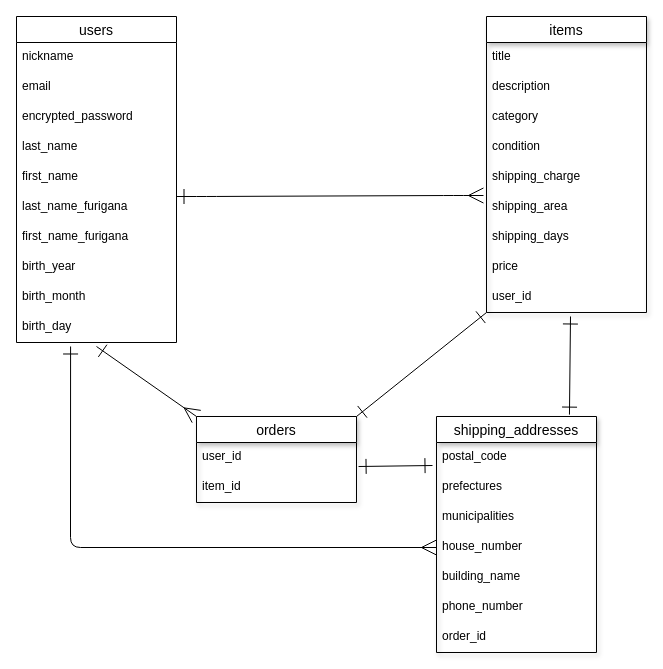
The draw.io diagram furima.dio in yuu2771/furima-39627, before the edit. Source tidied: cells renumbered, new cells numbered last; positions are measured from the earlier drawing's top-left corner, leaving out a move shared by most shapes. Both pictures are drawn from the tidied source at 100%, with x=0, y=0 at pixel (16, 16).
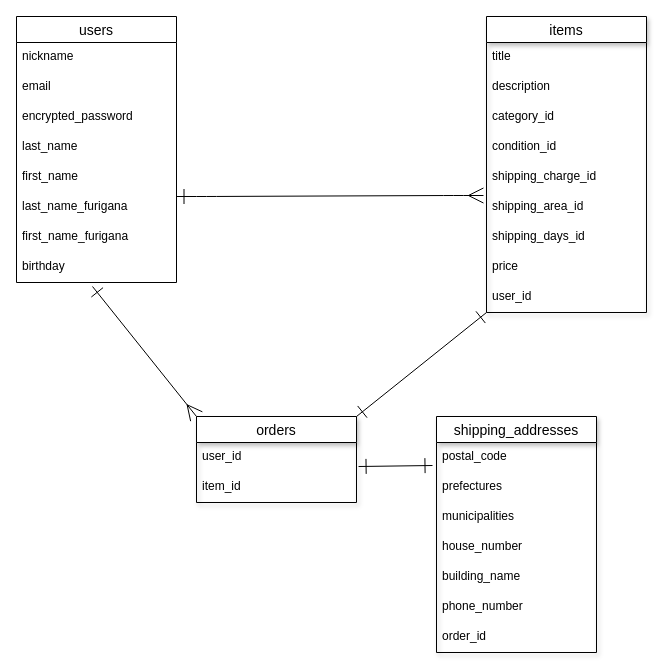
Above is the later version.

The change refers to these unchanged cells:
```xml
<mxCell id="13" value="items" style="swimlane;fontStyle=0;horizontal=1;startSize=26;align=center;fontSize=14;shadow=1;" parent="1" vertex="1">
  <mxGeometry x="470" width="160" height="296" as="geometry" />
</mxCell>
<mxCell id="22" value="user_id" style="text;strokeColor=none;fillColor=none;spacingLeft=4;spacingRight=4;overflow=hidden;points=[[0,0.5],[1,0.5]];portConstraint=eastwest;fontSize=12;shadow=1;" parent="13" vertex="1">
  <mxGeometry y="266" width="160" height="30" as="geometry" />
</mxCell>
<mxCell id="23" value="orders" style="swimlane;fontStyle=0;horizontal=1;startSize=26;align=center;fontSize=14;shadow=1;" parent="1" vertex="1">
  <mxGeometry x="180" y="400" width="160" height="86" as="geometry" />
</mxCell>
<mxCell id="26" value="shipping_addresses" style="swimlane;fontStyle=0;horizontal=1;startSize=26;align=center;fontSize=14;shadow=1;" parent="1" vertex="1">
  <mxGeometry x="420" y="400" width="160" height="236" as="geometry" />
</mxCell>
<mxCell id="30" value="house_number" style="text;strokeColor=none;fillColor=none;spacingLeft=4;spacingRight=4;overflow=hidden;points=[[0,0.5],[1,0.5]];portConstraint=eastwest;fontSize=12;shadow=1;" parent="26" vertex="1">
  <mxGeometry y="116" width="160" height="30" as="geometry" />
</mxCell>
```

What changed in the source:
```diff
@@
     <mxCell id="2" value="users" style="swimlane;fontStyle=0;horizontal=1;startSize=26;align=center;fontSize=14;" parent="1" vertex="1">
-      <mxGeometry width="160" height="326" as="geometry" />
+      <mxGeometry width="160" height="266" as="geometry" />
     </mxCell>
@@
-    <mxCell id="10" value="birth_year" style="text;strokeColor=none;fillColor=none;spacingLeft=4;spacingRight=4;overflow=hidden;points=[[0,0.5],[1,0.5]];portConstraint=eastwest;fontSize=12;shadow=1;" parent="2" vertex="1">
+    <mxCell id="10" value="birthday" style="text;strokeColor=none;fillColor=none;spacingLeft=4;spacingRight=4;overflow=hidden;points=[[0,0.5],[1,0.5]];portConstraint=eastwest;fontSize=12;shadow=1;" parent="2" vertex="1">
       <mxGeometry y="236" width="160" height="30" as="geometry" />
     </mxCell>
-    <mxCell id="11" value="birth_month" style="text;strokeColor=none;fillColor=none;spacingLeft=4;spacingRight=4;overflow=hidden;fontSize=12;shadow=1;" parent="2" vertex="1">
-      <mxGeometry y="266" width="160" height="30" as="geometry" />
-    </mxCell>
-    <mxCell id="12" value="birth_day" style="text;strokeColor=none;fillColor=none;spacingLeft=4;spacingRight=4;overflow=hidden;points=[[0,0.5],[1,0.5]];portConstraint=eastwest;fontSize=12;shadow=1;" parent="2" vertex="1">
-      <mxGeometry y="296" width="160" height="30" as="geometry" />
-    </mxCell>
@@
-    <mxCell id="16" value="category" style="text;strokeColor=none;fillColor=none;spacingLeft=4;spacingRight=4;overflow=hidden;fontSize=12;shadow=1;" parent="13" vertex="1">
+    <mxCell id="16" value="category_id" style="text;strokeColor=none;fillColor=none;spacingLeft=4;spacingRight=4;overflow=hidden;fontSize=12;shadow=1;" parent="13" vertex="1">
       <mxGeometry y="86" width="160" height="30" as="geometry" />
     </mxCell>
-    <mxCell id="17" value="condition" style="text;strokeColor=none;fillColor=none;spacingLeft=4;spacingRight=4;overflow=hidden;fontSize=12;shadow=1;" parent="13" vertex="1">
+    <mxCell id="17" value="condition_id" style="text;strokeColor=none;fillColor=none;spacingLeft=4;spacingRight=4;overflow=hidden;fontSize=12;shadow=1;" parent="13" vertex="1">
       <mxGeometry y="116" width="160" height="30" as="geometry" />
     </mxCell>
-    <mxCell id="18" value="shipping_charge" style="text;strokeColor=none;fillColor=none;spacingLeft=4;spacingRight=4;overflow=hidden;fontSize=12;shadow=1;" parent="13" vertex="1">
+    <mxCell id="18" value="shipping_charge_id" style="text;strokeColor=none;fillColor=none;spacingLeft=4;spacingRight=4;overflow=hidden;fontSize=12;shadow=1;" parent="13" vertex="1">
       <mxGeometry y="146" width="160" height="30" as="geometry" />
     </mxCell>
-    <mxCell id="19" value="shipping_area" style="text;strokeColor=none;fillColor=none;spacingLeft=4;spacingRight=4;overflow=hidden;points=[[0,0.5],[1,0.5]];portConstraint=eastwest;fontSize=12;shadow=1;" parent="13" vertex="1">
+    <mxCell id="19" value="shipping_area_id" style="text;strokeColor=none;fillColor=none;spacingLeft=4;spacingRight=4;overflow=hidden;points=[[0,0.5],[1,0.5]];portConstraint=eastwest;fontSize=12;shadow=1;" parent="13" vertex="1">
       <mxGeometry y="176" width="160" height="30" as="geometry" />
     </mxCell>
-    <mxCell id="20" value="shipping_days" style="text;strokeColor=none;fillColor=none;spacingLeft=4;spacingRight=4;overflow=hidden;fontSize=12;shadow=1;" parent="13" vertex="1">
+    <mxCell id="20" value="shipping_days_id" style="text;strokeColor=none;fillColor=none;spacingLeft=4;spacingRight=4;overflow=hidden;fontSize=12;shadow=1;" parent="13" vertex="1">
       <mxGeometry y="206" width="160" height="30" as="geometry" />
     </mxCell>
@@
-    <mxCell id="35" style="fontSize=12;html=1;endArrow=ERmany;endFill=0;entryX=0;entryY=0;entryDx=0;entryDy=0;startArrow=ERone;startFill=0;endSize=13;startSize=13;" parent="1" edge="1" target="23">
-      <mxGeometry relative="1" as="geometry">
-        <mxPoint x="80" y="330" as="sourcePoint" />
-      </mxGeometry>
+    <mxCell id="35" style="fontSize=12;html=1;endArrow=ERmany;endFill=0;entryX=0;entryY=0;entryDx=0;entryDy=0;startArrow=ERone;startFill=0;endSize=13;startSize=13;exitX=0.475;exitY=1.133;exitDx=0;exitDy=0;exitPerimeter=0;" parent="1" edge="1" source="10" target="23">
+      <mxGeometry relative="1" as="geometry" />
     </mxCell>
@@
-    <mxCell id="38" style="fontSize=12;html=1;endArrow=ERmany;endFill=0;entryX=0;entryY=0.5;entryDx=0;entryDy=0;startArrow=ERone;startFill=0;endSize=13;startSize=13;exitX=0.338;exitY=1.133;exitDx=0;exitDy=0;exitPerimeter=0;" parent="1" edge="1" source="12" target="30">
-      <mxGeometry relative="1" as="geometry">
-        <Array as="points">
-          <mxPoint x="54" y="531" />
-        </Array>
-      </mxGeometry>
-    </mxCell>
-    <mxCell id="39" style="fontSize=12;html=1;endArrow=ERone;endFill=0;entryX=0.831;entryY=-0.008;entryDx=0;entryDy=0;startArrow=ERone;startFill=0;endSize=13;startSize=13;exitX=0.525;exitY=1.133;exitDx=0;exitDy=0;exitPerimeter=0;entryPerimeter=0;" parent="1" edge="1" source="22" target="26">
-      <mxGeometry relative="1" as="geometry" />
-    </mxCell>
```
